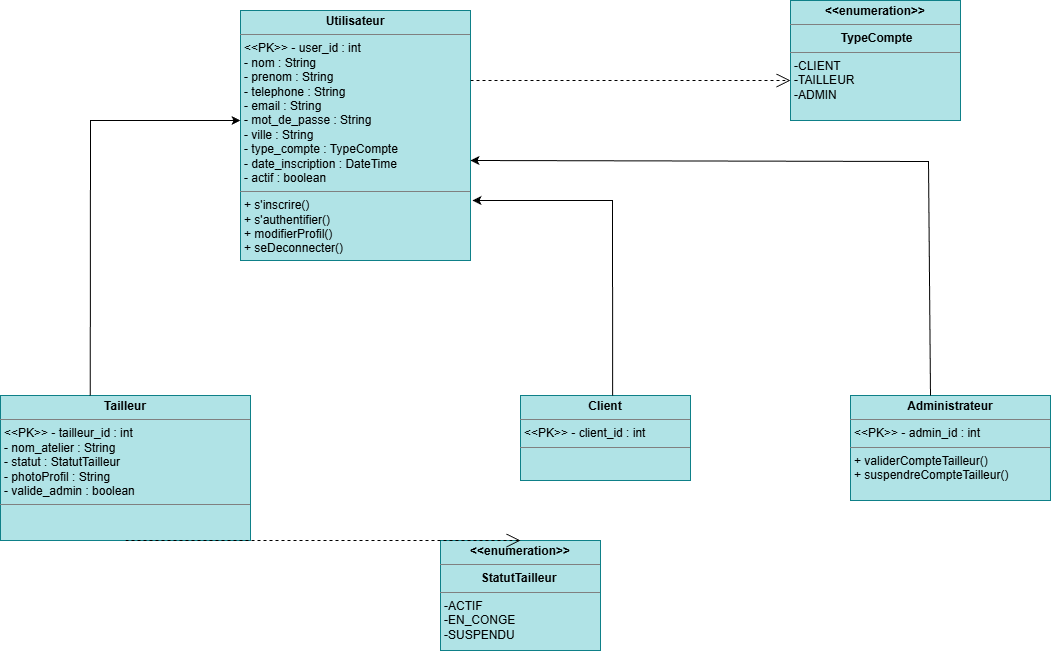
Kim-SypherX/Soutenance keeps this draw.io diagram as Diagramme_Classe_Sprint1.png. Above is the earlier version. Source tidied: cells renumbered, new cells last; positions are measured from the earlier drawing's top-left corner, leaving out a move shared by most shapes.
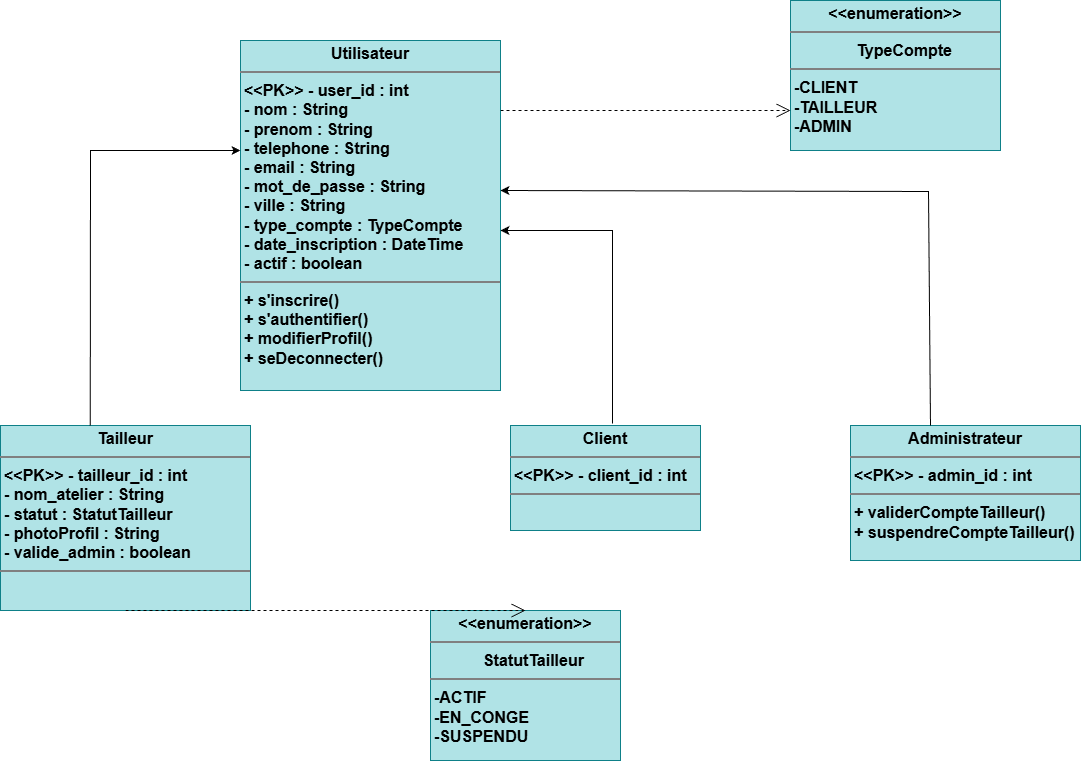
Above is the later version.

The edit, as a diff of the source:
```diff
@@ -2,31 +2,31 @@
   <root>
     <mxCell id="0" />
     <mxCell id="1" parent="0" />
-    <mxCell id="2" value="&lt;p style=&quot;margin:0px;margin-top:4px;text-align:center;&quot;&gt;&lt;b&gt;Utilisateur&lt;/b&gt;&lt;/p&gt;&lt;hr size=&quot;1&quot; style=&quot;border-style:solid;&quot;&gt;&lt;p style=&quot;margin:0px;margin-left:4px;&quot;&gt;&amp;lt;&amp;lt;PK&amp;gt;&amp;gt; - user_id : int&lt;/p&gt;&lt;p style=&quot;margin:0px;margin-left:4px;&quot;&gt;- nom : String&lt;/p&gt;&lt;p style=&quot;margin:0px;margin-left:4px;&quot;&gt;- prenom : String&lt;/p&gt;&lt;p style=&quot;margin:0px;margin-left:4px;&quot;&gt;- telephone : String&lt;/p&gt;&lt;p style=&quot;margin:0px;margin-left:4px;&quot;&gt;- email : String&lt;/p&gt;&lt;p style=&quot;margin:0px;margin-left:4px;&quot;&gt;- mot_de_passe : String&lt;/p&gt;&lt;p style=&quot;margin:0px;margin-left:4px;&quot;&gt;- ville : String&lt;/p&gt;&lt;p style=&quot;margin:0px;margin-left:4px;&quot;&gt;- type_compte : TypeCompte&lt;/p&gt;&lt;p style=&quot;margin:0px;margin-left:4px;&quot;&gt;- date_inscription : DateTime&lt;/p&gt;&lt;p style=&quot;margin:0px;margin-left:4px;&quot;&gt;- actif : boolean&lt;/p&gt;&lt;hr size=&quot;1&quot; style=&quot;border-style:solid;&quot;&gt;&lt;p style=&quot;margin:0px;margin-left:4px;&quot;&gt;+ s'inscrire()&lt;/p&gt;&lt;p style=&quot;margin:0px;margin-left:4px;&quot;&gt;+ s'authentifier()&lt;/p&gt;&lt;p style=&quot;margin:0px;margin-left:4px;&quot;&gt;+ modifierProfil()&lt;/p&gt;&lt;p style=&quot;margin:0px;margin-left:4px;&quot;&gt;+ seDeconnecter()&lt;/p&gt;&lt;p style=&quot;margin:0px;margin-left:4px;&quot;&gt;&lt;br&gt;&lt;/p&gt;" style="verticalAlign=top;align=left;overflow=fill;html=1;whiteSpace=wrap;fillColor=#b0e3e6;strokeColor=#0e8088;" parent="1" vertex="1">
-      <mxGeometry x="240" y="10" width="230" height="250" as="geometry" />
+    <mxCell id="2" value="&lt;p style=&quot;margin:0px;margin-top:4px;text-align:center;&quot;&gt;&lt;span&gt;Utilisateur&lt;/span&gt;&lt;/p&gt;&lt;hr style=&quot;border-style:solid;&quot;&gt;&lt;p style=&quot;margin:0px;margin-left:4px;&quot;&gt;&amp;lt;&amp;lt;PK&amp;gt;&amp;gt; - user_id : int&lt;/p&gt;&lt;p style=&quot;margin:0px;margin-left:4px;&quot;&gt;- nom : String&lt;/p&gt;&lt;p style=&quot;margin:0px;margin-left:4px;&quot;&gt;- prenom : String&lt;/p&gt;&lt;p style=&quot;margin:0px;margin-left:4px;&quot;&gt;- telephone : String&lt;/p&gt;&lt;p style=&quot;margin:0px;margin-left:4px;&quot;&gt;- email : String&lt;/p&gt;&lt;p style=&quot;margin:0px;margin-left:4px;&quot;&gt;- mot_de_passe : String&lt;/p&gt;&lt;p style=&quot;margin:0px;margin-left:4px;&quot;&gt;- ville : String&lt;/p&gt;&lt;p style=&quot;margin:0px;margin-left:4px;&quot;&gt;- type_compte : TypeCompte&lt;/p&gt;&lt;p style=&quot;margin:0px;margin-left:4px;&quot;&gt;- date_inscription : DateTime&lt;/p&gt;&lt;p style=&quot;margin:0px;margin-left:4px;&quot;&gt;- actif : boolean&lt;/p&gt;&lt;hr style=&quot;border-style:solid;&quot;&gt;&lt;p style=&quot;margin:0px;margin-left:4px;&quot;&gt;+ s'inscrire()&lt;/p&gt;&lt;p style=&quot;margin:0px;margin-left:4px;&quot;&gt;+ s'authentifier()&lt;/p&gt;&lt;p style=&quot;margin:0px;margin-left:4px;&quot;&gt;+ modifierProfil()&lt;/p&gt;&lt;p style=&quot;margin:0px;margin-left:4px;&quot;&gt;+ seDeconnecter()&lt;/p&gt;&lt;p style=&quot;margin:0px;margin-left:4px;&quot;&gt;&lt;br&gt;&lt;/p&gt;" style="verticalAlign=top;align=left;overflow=fill;html=1;whiteSpace=wrap;fillColor=#b0e3e6;strokeColor=#0e8088;fontSize=16;fontStyle=1;" parent="1" vertex="1">
+      <mxGeometry x="240" y="10" width="260" height="350" as="geometry" />
     </mxCell>
-    <mxCell id="3" value="&lt;p style=&quot;margin:0px;margin-top:4px;text-align:center;&quot;&gt;&lt;b&gt;&amp;lt;&amp;lt;enumeration&amp;gt;&amp;gt;&lt;/b&gt;&lt;/p&gt;&lt;hr size=&quot;1&quot; style=&quot;border-style:solid;&quot;&gt;&lt;p style=&quot;margin:0px;margin-left:4px;&quot;&gt;&amp;nbsp; &amp;nbsp; &amp;nbsp; &amp;nbsp; &amp;nbsp; &amp;nbsp; &amp;nbsp; &lt;b&gt;TypeCompte&lt;/b&gt;&lt;/p&gt;&lt;hr size=&quot;1&quot; style=&quot;border-style:solid;&quot;&gt;&lt;p style=&quot;margin:0px;margin-left:4px;&quot;&gt;-CLIENT&lt;/p&gt;&lt;p style=&quot;margin:0px;margin-left:4px;&quot;&gt;-TAILLEUR&lt;/p&gt;&lt;p style=&quot;margin:0px;margin-left:4px;&quot;&gt;-ADMIN&lt;/p&gt;" style="verticalAlign=top;align=left;overflow=fill;html=1;whiteSpace=wrap;fillColor=#b0e3e6;strokeColor=#0e8088;" parent="1" vertex="1">
-      <mxGeometry x="790" width="170" height="120" as="geometry" />
+    <mxCell id="3" value="&lt;p style=&quot;margin:0px;margin-top:4px;text-align:center;&quot;&gt;&lt;span&gt;&amp;lt;&amp;lt;enumeration&amp;gt;&amp;gt;&lt;/span&gt;&lt;/p&gt;&lt;hr style=&quot;border-style:solid;&quot;&gt;&lt;p style=&quot;margin:0px;margin-left:4px;&quot;&gt;&amp;nbsp; &amp;nbsp; &amp;nbsp; &amp;nbsp; &amp;nbsp; &amp;nbsp; &amp;nbsp; &lt;span&gt;TypeCompte&lt;/span&gt;&lt;/p&gt;&lt;hr style=&quot;border-style:solid;&quot;&gt;&lt;p style=&quot;margin:0px;margin-left:4px;&quot;&gt;-CLIENT&lt;/p&gt;&lt;p style=&quot;margin:0px;margin-left:4px;&quot;&gt;-TAILLEUR&lt;/p&gt;&lt;p style=&quot;margin:0px;margin-left:4px;&quot;&gt;-ADMIN&lt;/p&gt;" style="verticalAlign=top;align=left;overflow=fill;html=1;whiteSpace=wrap;fillColor=#b0e3e6;strokeColor=#0e8088;fontSize=16;fontStyle=1;" parent="1" vertex="1">
+      <mxGeometry x="790" y="-30" width="210" height="150" as="geometry" />
     </mxCell>
-    <mxCell id="4" value="&lt;p style=&quot;margin:0px;margin-top:4px;text-align:center;&quot;&gt;&lt;b&gt;&amp;lt;&amp;lt;enumeration&amp;gt;&amp;gt;&lt;/b&gt;&lt;/p&gt;&lt;hr size=&quot;1&quot; style=&quot;border-style:solid;&quot;&gt;&lt;p style=&quot;margin:0px;margin-left:4px;&quot;&gt;&amp;nbsp; &amp;nbsp; &amp;nbsp; &amp;nbsp; &amp;nbsp; &amp;nbsp;&lt;b&gt;StatutTailleur&lt;/b&gt;&lt;/p&gt;&lt;hr size=&quot;1&quot; style=&quot;border-style:solid;&quot;&gt;&lt;p style=&quot;margin:0px;margin-left:4px;&quot;&gt;-ACTIF&lt;/p&gt;&lt;p style=&quot;margin:0px;margin-left:4px;&quot;&gt;-EN_CONGE&lt;/p&gt;&lt;p style=&quot;margin:0px;margin-left:4px;&quot;&gt;-SUSPENDU&lt;/p&gt;" style="verticalAlign=top;align=left;overflow=fill;html=1;whiteSpace=wrap;fillColor=#b0e3e6;strokeColor=#0e8088;" parent="1" vertex="1">
-      <mxGeometry x="440" y="540" width="160" height="110" as="geometry" />
+    <mxCell id="4" value="&lt;p style=&quot;margin:0px;margin-top:4px;text-align:center;&quot;&gt;&lt;span&gt;&amp;lt;&amp;lt;enumeration&amp;gt;&amp;gt;&lt;/span&gt;&lt;/p&gt;&lt;hr style=&quot;border-style:solid;&quot;&gt;&lt;p style=&quot;margin:0px;margin-left:4px;&quot;&gt;&amp;nbsp; &amp;nbsp; &amp;nbsp; &amp;nbsp; &amp;nbsp; &amp;nbsp;&lt;span&gt;StatutTailleur&lt;/span&gt;&lt;/p&gt;&lt;hr style=&quot;border-style:solid;&quot;&gt;&lt;p style=&quot;margin:0px;margin-left:4px;&quot;&gt;-ACTIF&lt;/p&gt;&lt;p style=&quot;margin:0px;margin-left:4px;&quot;&gt;-EN_CONGE&lt;/p&gt;&lt;p style=&quot;margin:0px;margin-left:4px;&quot;&gt;-SUSPENDU&lt;/p&gt;" style="verticalAlign=top;align=left;overflow=fill;html=1;whiteSpace=wrap;fillColor=#b0e3e6;strokeColor=#0e8088;fontSize=16;fontStyle=1;" parent="1" vertex="1">
+      <mxGeometry x="430" y="580" width="190" height="150" as="geometry" />
     </mxCell>
-    <mxCell id="5" value="&lt;p style=&quot;margin:0px;margin-top:4px;text-align:center;&quot;&gt;&lt;b&gt;Tailleur&lt;/b&gt;&lt;/p&gt;&lt;hr size=&quot;1&quot; style=&quot;border-style:solid;&quot;&gt;&lt;p style=&quot;margin:0px;margin-left:4px;&quot;&gt;&amp;lt;&amp;lt;PK&amp;gt;&amp;gt; - tailleur_id : int&lt;/p&gt;&lt;p style=&quot;margin:0px;margin-left:4px;&quot;&gt;- nom_atelier : String&lt;/p&gt;&lt;p style=&quot;margin:0px;margin-left:4px;&quot;&gt;- statut : StatutTailleur&lt;/p&gt;&lt;p style=&quot;margin:0px;margin-left:4px;&quot;&gt;- photoProfil : String&lt;/p&gt;&lt;p style=&quot;margin:0px;margin-left:4px;&quot;&gt;- valide_admin : boolean&lt;/p&gt;&lt;hr size=&quot;1&quot; style=&quot;border-style:solid;&quot;&gt;&lt;p style=&quot;margin:0px;margin-left:4px;&quot;&gt;&lt;br&gt;&lt;/p&gt;" style="verticalAlign=top;align=left;overflow=fill;html=1;whiteSpace=wrap;fillColor=#b0e3e6;strokeColor=#0e8088;" parent="1" vertex="1">
-      <mxGeometry y="395" width="250" height="145" as="geometry" />
+    <mxCell id="5" value="&lt;p style=&quot;margin:0px;margin-top:4px;text-align:center;&quot;&gt;&lt;span&gt;Tailleur&lt;/span&gt;&lt;/p&gt;&lt;hr style=&quot;border-style:solid;&quot;&gt;&lt;p style=&quot;margin:0px;margin-left:4px;&quot;&gt;&amp;lt;&amp;lt;PK&amp;gt;&amp;gt; - tailleur_id : int&lt;/p&gt;&lt;p style=&quot;margin:0px;margin-left:4px;&quot;&gt;- nom_atelier : String&lt;/p&gt;&lt;p style=&quot;margin:0px;margin-left:4px;&quot;&gt;- statut : StatutTailleur&lt;/p&gt;&lt;p style=&quot;margin:0px;margin-left:4px;&quot;&gt;- photoProfil : String&lt;/p&gt;&lt;p style=&quot;margin:0px;margin-left:4px;&quot;&gt;- valide_admin : boolean&lt;/p&gt;&lt;hr style=&quot;border-style:solid;&quot;&gt;&lt;p style=&quot;margin:0px;margin-left:4px;&quot;&gt;&lt;br&gt;&lt;/p&gt;" style="verticalAlign=top;align=left;overflow=fill;html=1;whiteSpace=wrap;fillColor=#b0e3e6;strokeColor=#0e8088;fontSize=16;fontStyle=1;" parent="1" vertex="1">
+      <mxGeometry y="395" width="250" height="185" as="geometry" />
     </mxCell>
-    <mxCell id="6" value="&lt;p style=&quot;margin:0px;margin-top:4px;text-align:center;&quot;&gt;&lt;b&gt;Client&lt;/b&gt;&lt;/p&gt;&lt;hr size=&quot;1&quot; style=&quot;border-style:solid;&quot;&gt;&lt;p style=&quot;margin:0px;margin-left:4px;&quot;&gt;&amp;lt;&amp;lt;PK&amp;gt;&amp;gt; - client_id : int&lt;/p&gt;&lt;hr size=&quot;1&quot; style=&quot;border-style:solid;&quot;&gt;&lt;p style=&quot;margin:0px;margin-left:4px;&quot;&gt;&lt;br&gt;&lt;/p&gt;" style="verticalAlign=top;align=left;overflow=fill;html=1;whiteSpace=wrap;fillColor=#b0e3e6;strokeColor=#0e8088;" parent="1" vertex="1">
-      <mxGeometry x="520" y="395" width="170" height="85" as="geometry" />
+    <mxCell id="6" value="&lt;p style=&quot;margin:0px;margin-top:4px;text-align:center;&quot;&gt;&lt;span&gt;Client&lt;/span&gt;&lt;/p&gt;&lt;hr style=&quot;border-style:solid;&quot;&gt;&lt;p style=&quot;margin:0px;margin-left:4px;&quot;&gt;&amp;lt;&amp;lt;PK&amp;gt;&amp;gt; - client_id : int&lt;/p&gt;&lt;hr style=&quot;border-style:solid;&quot;&gt;&lt;p style=&quot;margin:0px;margin-left:4px;&quot;&gt;&lt;br&gt;&lt;/p&gt;" style="verticalAlign=top;align=left;overflow=fill;html=1;whiteSpace=wrap;fillColor=#b0e3e6;strokeColor=#0e8088;fontSize=16;fontStyle=1;" parent="1" vertex="1">
+      <mxGeometry x="510" y="395" width="190" height="105" as="geometry" />
     </mxCell>
-    <mxCell id="7" style="endArrow=open;endSize=12;dashed=1;html=1;rounded=0;" parent="1" edge="1">
+    <mxCell id="7" style="endArrow=open;endSize=12;dashed=1;html=1;rounded=0;fontSize=16;fontStyle=1;" parent="1" edge="1">
       <mxGeometry relative="1" as="geometry">
-        <mxPoint x="470" y="80" as="sourcePoint" />
+        <mxPoint x="500" y="80" as="sourcePoint" />
         <mxPoint x="790" y="80" as="targetPoint" />
       </mxGeometry>
     </mxCell>
-    <mxCell id="8" style="endArrow=open;endSize=12;dashed=1;html=1;rounded=0;entryX=0.5;entryY=0;entryDx=0;entryDy=0;exitX=0.5;exitY=1;exitDx=0;exitDy=0;" parent="1" edge="1" source="5" target="4">
+    <mxCell id="8" style="endArrow=open;endSize=12;dashed=1;html=1;rounded=0;entryX=0.5;entryY=0;entryDx=0;entryDy=0;exitX=0.5;exitY=1;exitDx=0;exitDy=0;fontSize=16;fontStyle=1;" parent="1" edge="1" source="5" target="4">
       <mxGeometry relative="1" as="geometry" />
     </mxCell>
-    <mxCell id="9" style="endArrow=classic;html=1;rounded=0;exitX=0.359;exitY=0.001;exitDx=0;exitDy=0;exitPerimeter=0;" parent="1" edge="1" source="5">
+    <mxCell id="9" style="endArrow=classic;html=1;rounded=0;exitX=0.359;exitY=0.001;exitDx=0;exitDy=0;exitPerimeter=0;fontSize=16;fontStyle=1;" parent="1" edge="1" source="5">
       <mxGeometry relative="1" as="geometry">
         <mxPoint x="240" y="120" as="targetPoint" />
         <Array as="points">
@@ -34,21 +34,22 @@
         </Array>
       </mxGeometry>
     </mxCell>
-    <mxCell id="10" style="endArrow=classic;html=1;rounded=0;exitX=0.542;exitY=0.002;exitDx=0;exitDy=0;exitPerimeter=0;" parent="1" edge="1" source="6">
+    <mxCell id="10" style="endArrow=classic;html=1;rounded=0;fontSize=16;fontStyle=1;" parent="1" edge="1">
       <mxGeometry relative="1" as="geometry">
-        <mxPoint x="472" y="200" as="targetPoint" />
+        <mxPoint x="612" y="393" as="sourcePoint" />
+        <mxPoint x="500" y="200" as="targetPoint" />
         <Array as="points">
           <mxPoint x="612" y="200" />
         </Array>
       </mxGeometry>
     </mxCell>
-    <mxCell id="11" value="&lt;p style=&quot;margin:0px;margin-top:4px;text-align:center;&quot;&gt;&lt;b&gt;Administrateur&lt;/b&gt;&lt;/p&gt;&lt;hr size=&quot;1&quot; style=&quot;border-style:solid;&quot;&gt;&lt;p style=&quot;margin:0px;margin-left:4px;&quot;&gt;&amp;lt;&amp;lt;PK&amp;gt;&amp;gt; - admin_id : int&lt;/p&gt;&lt;hr size=&quot;1&quot; style=&quot;border-style:solid;&quot;&gt;&lt;p style=&quot;margin:0px;margin-left:4px;&quot;&gt;+ validerCompteTailleur()&lt;/p&gt;&lt;p style=&quot;margin:0px;margin-left:4px;&quot;&gt;+ suspendreCompteTailleur()&lt;/p&gt;" style="verticalAlign=top;align=left;overflow=fill;html=1;whiteSpace=wrap;fillColor=#b0e3e6;strokeColor=#0e8088;" parent="1" vertex="1">
-      <mxGeometry x="850" y="395" width="200" height="105" as="geometry" />
+    <mxCell id="11" value="&lt;p style=&quot;margin:0px;margin-top:4px;text-align:center;&quot;&gt;&lt;span&gt;Administrateur&lt;/span&gt;&lt;/p&gt;&lt;hr style=&quot;border-style:solid;&quot;&gt;&lt;p style=&quot;margin:0px;margin-left:4px;&quot;&gt;&amp;lt;&amp;lt;PK&amp;gt;&amp;gt; - admin_id : int&lt;/p&gt;&lt;hr style=&quot;border-style:solid;&quot;&gt;&lt;p style=&quot;margin:0px;margin-left:4px;&quot;&gt;+ validerCompteTailleur()&lt;/p&gt;&lt;p style=&quot;margin:0px;margin-left:4px;&quot;&gt;+ suspendreCompteTailleur()&lt;/p&gt;" style="verticalAlign=top;align=left;overflow=fill;html=1;whiteSpace=wrap;fillColor=#b0e3e6;strokeColor=#0e8088;fontSize=16;fontStyle=1;" parent="1" vertex="1">
+      <mxGeometry x="850" y="395" width="230" height="135" as="geometry" />
     </mxCell>
-    <mxCell id="12" style="endArrow=classic;html=1;rounded=0;exitX=0.542;exitY=0.002;exitDx=0;exitDy=0;exitPerimeter=0;" parent="1" edge="1">
+    <mxCell id="12" style="endArrow=classic;html=1;rounded=0;exitX=0.542;exitY=0.002;exitDx=0;exitDy=0;exitPerimeter=0;fontSize=16;fontStyle=1;" parent="1" edge="1">
       <mxGeometry relative="1" as="geometry">
         <mxPoint x="930" y="395" as="sourcePoint" />
-        <mxPoint x="470" y="160" as="targetPoint" />
+        <mxPoint x="500" y="160" as="targetPoint" />
         <Array as="points">
           <mxPoint x="928" y="161" />
         </Array>
```
